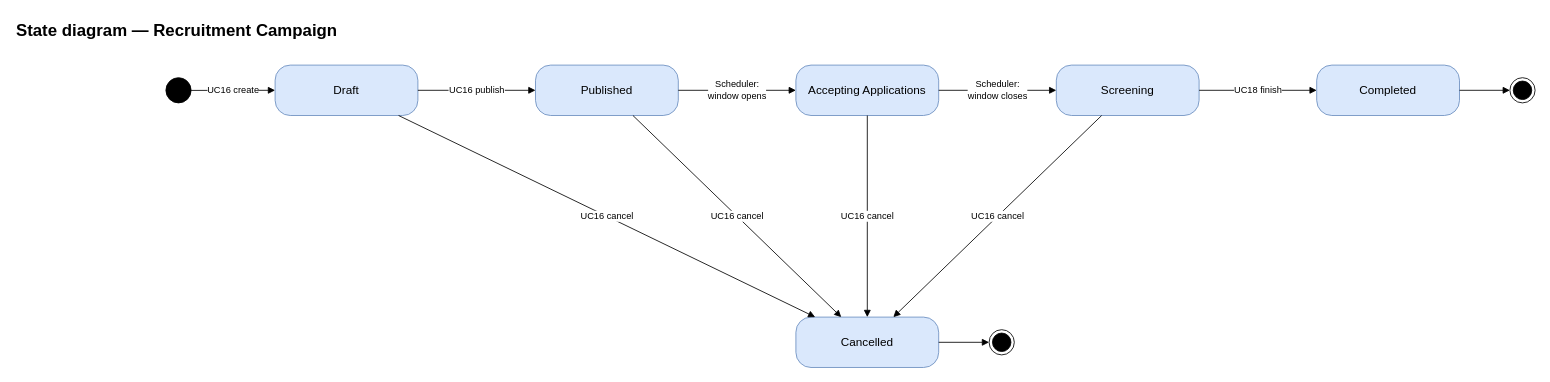
This is page "Recruitment Campaign" (4 of 9) of docs/03-diagrams/UCMS_State_Diagrams.drawio from nvdekay/ClubManagementSystem, a draw.io file, before an edit. Source tidied: cells renumbered, new cells numbered last; positions are measured from the earlier drawing's top-left corner, leaving out a move shared by most shapes. Both pictures are drawn from the tidied source at 84%, with x=0, y=0 at pixel (14, 14).
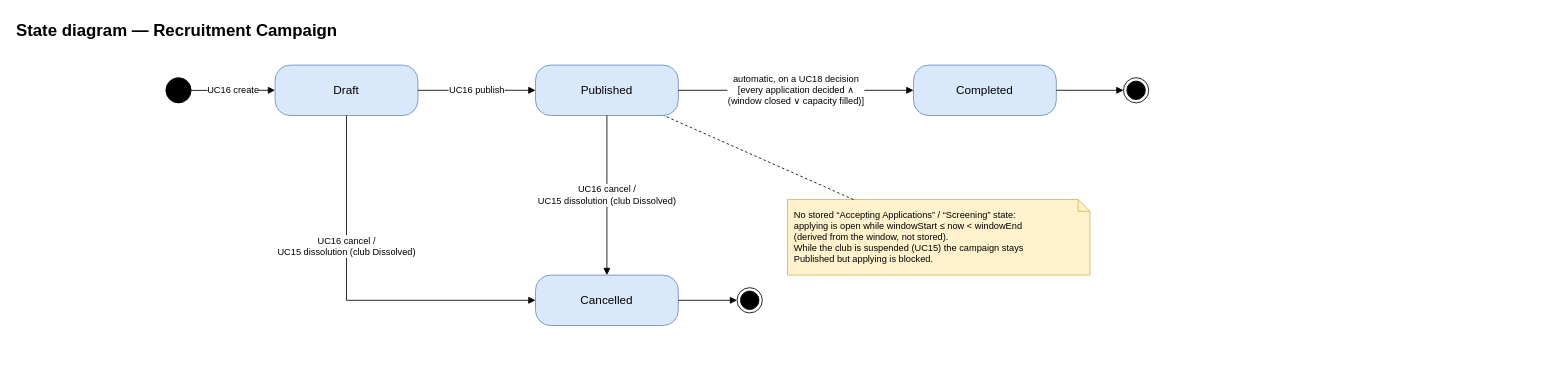
After the change.

The change refers to these unchanged cells:
```xml
<mxCell id="3" value="Draft" style="rounded=1;arcSize=30;whiteSpace=wrap;html=1;fillColor=#dae8fc;strokeColor=#6c8ebf;fontSize=14;" parent="1" vertex="1">
  <mxGeometry x="310" y="60" width="170" height="60" as="geometry" />
</mxCell>
<mxCell id="4" value="Published" style="rounded=1;arcSize=30;whiteSpace=wrap;html=1;fillColor=#dae8fc;strokeColor=#6c8ebf;fontSize=14;" parent="1" vertex="1">
  <mxGeometry x="620" y="60" width="170" height="60" as="geometry" />
</mxCell>
```

Change to the diagram source:
```diff
@@
+    <mxCell id="9" style="ellipse;html=1;fillColor=#000000;strokeColor=#000000;" parent="1" vertex="1">
+      <mxGeometry x="180" y="75" width="30" height="30" as="geometry" />
+    </mxCell>
@@
-    <mxCell id="5" value="Accepting Applications" style="rounded=1;arcSize=30;whiteSpace=wrap;html=1;fillColor=#dae8fc;strokeColor=#6c8ebf;fontSize=14;" parent="1" vertex="1">
-      <mxGeometry x="930" y="60" width="170" height="60" as="geometry" />
-    </mxCell>
-    <mxCell id="6" value="Screening" style="rounded=1;arcSize=30;whiteSpace=wrap;html=1;fillColor=#dae8fc;strokeColor=#6c8ebf;fontSize=14;" parent="1" vertex="1">
-      <mxGeometry x="1240" y="60" width="170" height="60" as="geometry" />
-    </mxCell>
     <mxCell id="7" value="Completed" style="rounded=1;arcSize=30;whiteSpace=wrap;html=1;fillColor=#dae8fc;strokeColor=#6c8ebf;fontSize=14;" parent="1" vertex="1">
-      <mxGeometry x="1550" y="60" width="170" height="60" as="geometry" />
+      <mxGeometry x="1070" y="60" width="170" height="60" as="geometry" />
     </mxCell>
     <mxCell id="8" value="Cancelled" style="rounded=1;arcSize=30;whiteSpace=wrap;html=1;fillColor=#dae8fc;strokeColor=#6c8ebf;fontSize=14;" parent="1" vertex="1">
-      <mxGeometry x="930" y="360" width="170" height="60" as="geometry" />
+      <mxGeometry x="620" y="310" width="170" height="60" as="geometry" />
     </mxCell>
-    <mxCell id="9" style="ellipse;html=1;fillColor=#000000;strokeColor=#000000;" parent="1" vertex="1">
-      <mxGeometry x="180" y="75" width="30" height="30" as="geometry" />
-    </mxCell>
+    <mxCell id="11" style="ellipse;html=1;shape=endState;fillColor=#000000;strokeColor=#000000;" parent="1" vertex="1">
+      <mxGeometry x="1320" y="75" width="30" height="30" as="geometry" />
+    </mxCell>
+    <mxCell id="13" style="ellipse;html=1;shape=endState;fillColor=#000000;strokeColor=#000000;" parent="1" vertex="1">
+      <mxGeometry x="860" y="325" width="30" height="30" as="geometry" />
+    </mxCell>
@@
-    <mxCell id="11" style="ellipse;html=1;shape=endState;fillColor=#000000;strokeColor=#000000;" parent="1" vertex="1">
-      <mxGeometry x="1780" y="75" width="30" height="30" as="geometry" />
-    </mxCell>
@@
-    <mxCell id="13" style="ellipse;html=1;shape=endState;fillColor=#000000;strokeColor=#000000;" parent="1" vertex="1">
-      <mxGeometry x="1160" y="375" width="30" height="30" as="geometry" />
-    </mxCell>
@@
-    <mxCell id="16" value="Scheduler:&lt;br&gt;window opens" style="endArrow=block;endFill=1;html=1;rounded=0;fontSize=11;labelBackgroundColor=#ffffff;" parent="1" edge="1" source="4" target="5">
-      <mxGeometry relative="1" as="geometry" />
-    </mxCell>
-    <mxCell id="17" value="Scheduler:&lt;br&gt;window closes" style="endArrow=block;endFill=1;html=1;rounded=0;fontSize=11;labelBackgroundColor=#ffffff;" parent="1" edge="1" source="5" target="6">
-      <mxGeometry relative="1" as="geometry" />
-    </mxCell>
-    <mxCell id="18" value="UC18 finish" style="endArrow=block;endFill=1;html=1;rounded=0;fontSize=11;labelBackgroundColor=#ffffff;" parent="1" edge="1" source="6" target="7">
+    <mxCell id="18" value="automatic, on a UC18 decision&lt;br&gt;[every application decided ∧&lt;br&gt;(window closed ∨ capacity filled)]" style="endArrow=block;endFill=1;html=1;rounded=0;fontSize=11;labelBackgroundColor=#ffffff;" parent="1" edge="1" source="4" target="7">
       <mxGeometry relative="1" as="geometry" />
     </mxCell>
-    <mxCell id="19" value="UC16 cancel" style="endArrow=block;endFill=1;html=1;rounded=0;fontSize=11;labelBackgroundColor=#ffffff;" parent="1" edge="1" source="3" target="8">
-      <mxGeometry relative="1" as="geometry" />
+    <mxCell id="19" value="UC16 cancel /&lt;br&gt;UC15 dissolution (club Dissolved)" style="endArrow=block;endFill=1;html=1;rounded=0;fontSize=11;labelBackgroundColor=#ffffff;exitX=0.5;exitY=1;exitDx=0;exitDy=0;entryX=0;entryY=0.5;entryDx=0;entryDy=0;edgeStyle=orthogonalEdgeStyle;" parent="1" edge="1" source="3" target="8">
+      <mxGeometry x="-0.3" relative="1" as="geometry">
+        <Array as="points">
+          <mxPoint x="395" y="340" />
+        </Array>
+      </mxGeometry>
     </mxCell>
-    <mxCell id="20" value="UC16 cancel" style="endArrow=block;endFill=1;html=1;rounded=0;fontSize=11;labelBackgroundColor=#ffffff;" parent="1" edge="1" source="4" target="8">
+    <mxCell id="20" value="UC16 cancel /&lt;br&gt;UC15 dissolution (club Dissolved)" style="endArrow=block;endFill=1;html=1;rounded=0;fontSize=11;labelBackgroundColor=#ffffff;" parent="1" edge="1" source="4" target="8">
       <mxGeometry relative="1" as="geometry" />
     </mxCell>
-    <mxCell id="21" value="UC16 cancel" style="endArrow=block;endFill=1;html=1;rounded=0;fontSize=11;labelBackgroundColor=#ffffff;" parent="1" edge="1" source="5" target="8">
-      <mxGeometry relative="1" as="geometry" />
-    </mxCell>
-    <mxCell id="22" value="UC16 cancel" style="endArrow=block;endFill=1;html=1;rounded=0;fontSize=11;labelBackgroundColor=#ffffff;" parent="1" edge="1" source="6" target="8">
-      <mxGeometry relative="1" as="geometry" />
-    </mxCell>
+    <mxCell id="23" value="No stored “Accepting Applications” / “Screening” state:&lt;br&gt;applying is open while windowStart ≤ now &amp;lt; windowEnd&lt;br&gt;(derived from the window, not stored).&lt;br&gt;While the club is suspended (UC15) the campaign stays&lt;br&gt;Published but applying is blocked." style="shape=note;whiteSpace=wrap;html=1;size=14;fillColor=#fff2cc;strokeColor=#d6b656;fontSize=11;align=left;spacingLeft=6;" parent="1" vertex="1">
+      <mxGeometry x="920" y="220" width="360" height="90" as="geometry" />
+    </mxCell>
+    <mxCell id="24" style="html=1;rounded=0;dashed=1;endArrow=none;" parent="1" edge="1" source="23" target="4">
+      <mxGeometry relative="1" as="geometry" />
+    </mxCell>
```
